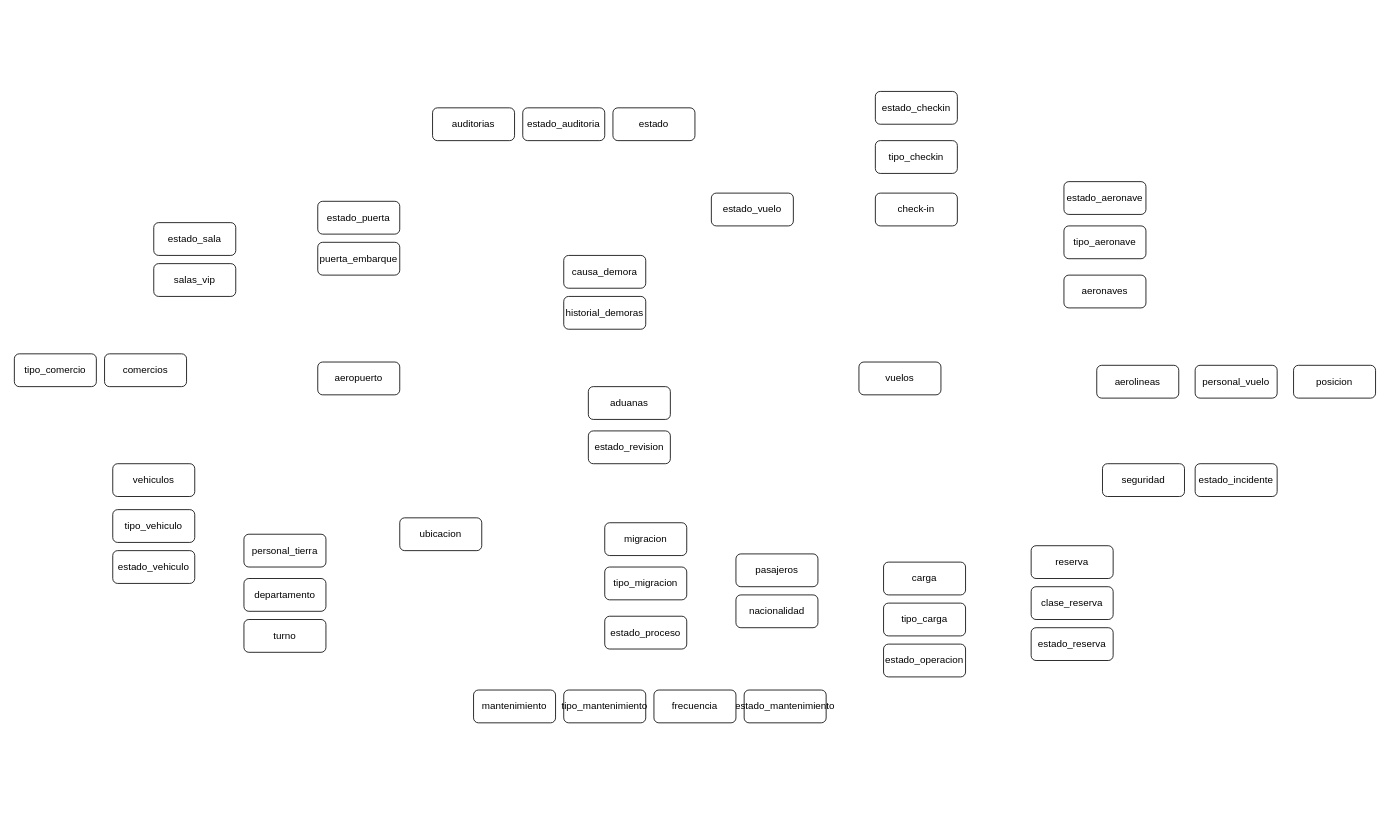
Earlier version of the draw.io diagram Ssitema de Gestión de un Aeropuerto.drawio (jmg2287/Sistema-de-Gestion-de-un-Aeropuerto). Source tidied: cells renumbered, new cells numbered last; positions are measured from the earlier drawing's top-left corner, leaving out a move shared by most shapes. Both pictures are drawn from the tidied source at 82%, with x=0, y=0 at pixel (14, 91).
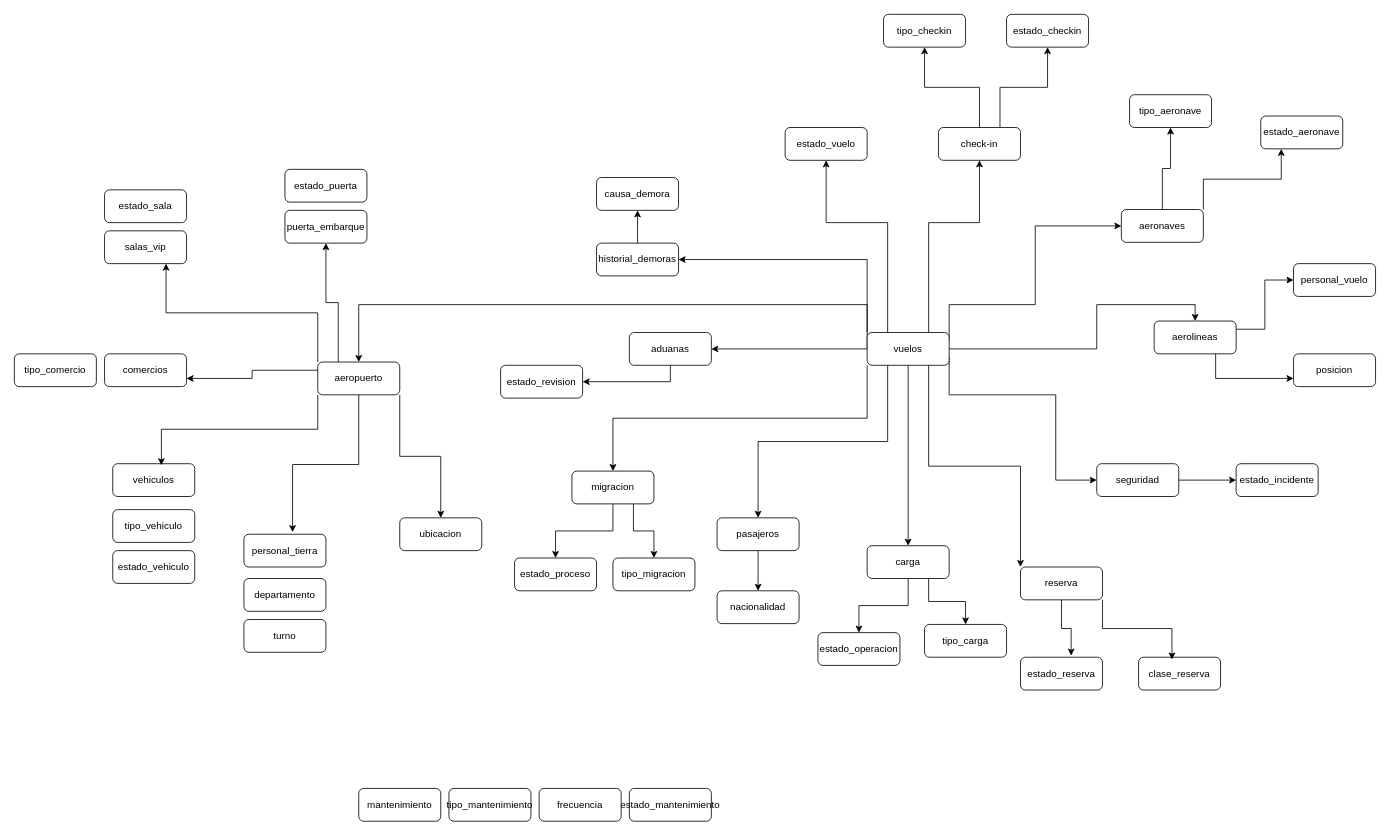
The same page after the edit.

The change refers to these unchanged cells:
```xml
<mxCell id="3" value="aeropuerto" style="rounded=1;whiteSpace=wrap;html=1;" parent="1" vertex="1">
  <mxGeometry x="370" y="330" width="100" height="40" as="geometry" />
</mxCell>
<mxCell id="9" value="personal_tierra" style="rounded=1;whiteSpace=wrap;html=1;" parent="1" vertex="1">
  <mxGeometry x="280" y="540" width="100" height="40" as="geometry" />
</mxCell>
<mxCell id="12" value="vehiculos" style="rounded=1;whiteSpace=wrap;html=1;" parent="1" vertex="1">
  <mxGeometry x="120" y="454" width="100" height="40" as="geometry" />
</mxCell>
<mxCell id="13" value="comercios" style="rounded=1;whiteSpace=wrap;html=1;" parent="1" vertex="1">
  <mxGeometry x="110" y="320" width="100" height="40" as="geometry" />
</mxCell>
<mxCell id="25" value="ubicacion" style="rounded=1;whiteSpace=wrap;html=1;" parent="1" vertex="1">
  <mxGeometry x="470" y="520" width="100" height="40" as="geometry" />
</mxCell>
```

What changed in the source:
```diff
@@
+    <mxCell id="51" style="edgeStyle=orthogonalEdgeStyle;rounded=0;jettySize=auto;html=1;exitX=1;exitY=0.25;exitDx=0;exitDy=0;entryX=0;entryY=0.5;entryDx=0;entryDy=0;" parent="1" edge="1" source="2" target="23">
+      <mxGeometry relative="1" as="geometry">
+        <Array as="points">
+          <mxPoint x="1140" y="260" />
+          <mxPoint x="1245" y="260" />
+          <mxPoint x="1245" y="164" />
+        </Array>
+      </mxGeometry>
+    </mxCell>
+    <mxCell id="52" style="edgeStyle=orthogonalEdgeStyle;rounded=0;jettySize=auto;html=1;exitX=0.75;exitY=0;exitDx=0;exitDy=0;entryX=0.5;entryY=1;entryDx=0;entryDy=0;" parent="1" edge="1" source="2" target="18">
+      <mxGeometry relative="1" as="geometry">
+        <Array as="points">
+          <mxPoint x="1115" y="160" />
+          <mxPoint x="1177" y="160" />
+        </Array>
+      </mxGeometry>
+    </mxCell>
+    <mxCell id="53" style="edgeStyle=orthogonalEdgeStyle;rounded=0;jettySize=auto;html=1;exitX=0.25;exitY=0;exitDx=0;exitDy=0;entryX=0.5;entryY=1;entryDx=0;entryDy=0;" parent="1" edge="1" source="2" target="24">
+      <mxGeometry relative="1" as="geometry">
+        <Array as="points">
+          <mxPoint x="1065" y="160" />
+          <mxPoint x="990" y="160" />
+        </Array>
+      </mxGeometry>
+    </mxCell>
+    <mxCell id="54" style="edgeStyle=orthogonalEdgeStyle;rounded=0;jettySize=auto;html=1;exitX=0;exitY=0;exitDx=0;exitDy=0;entryX=1;entryY=0.5;entryDx=0;entryDy=0;" parent="1" edge="1" source="2" target="45">
+      <mxGeometry relative="1" as="geometry" />
+    </mxCell>
+    <mxCell id="55" style="edgeStyle=orthogonalEdgeStyle;rounded=0;jettySize=auto;html=1;exitX=0;exitY=0.5;exitDx=0;exitDy=0;entryX=1;entryY=0.5;entryDx=0;entryDy=0;" parent="1" edge="1" source="2" target="16">
+      <mxGeometry relative="1" as="geometry" />
+    </mxCell>
+    <mxCell id="56" style="edgeStyle=orthogonalEdgeStyle;rounded=0;jettySize=auto;html=1;exitX=0.5;exitY=1;exitDx=0;exitDy=0;" parent="1" edge="1" source="2" target="11">
+      <mxGeometry relative="1" as="geometry" />
+    </mxCell>
+    <mxCell id="57" style="edgeStyle=orthogonalEdgeStyle;rounded=0;jettySize=auto;html=1;exitX=1;exitY=0.75;exitDx=0;exitDy=0;" parent="1" edge="1" source="2" target="10">
+      <mxGeometry relative="1" as="geometry">
+        <Array as="points">
+          <mxPoint x="1140" y="370" />
+          <mxPoint x="1270" y="370" />
+          <mxPoint x="1270" y="474" />
+        </Array>
+      </mxGeometry>
+    </mxCell>
+    <mxCell id="58" style="edgeStyle=orthogonalEdgeStyle;rounded=0;jettySize=auto;html=1;exitX=1;exitY=0.5;exitDx=0;exitDy=0;entryX=0.5;entryY=0;entryDx=0;entryDy=0;" parent="1" edge="1" source="2" target="6">
+      <mxGeometry relative="1" as="geometry">
+        <Array as="points">
+          <mxPoint x="1320" y="314" />
+          <mxPoint x="1320" y="260" />
+          <mxPoint x="1440" y="260" />
+        </Array>
+      </mxGeometry>
+    </mxCell>
+    <mxCell id="59" style="edgeStyle=orthogonalEdgeStyle;rounded=0;jettySize=auto;html=1;exitX=0.75;exitY=1;exitDx=0;exitDy=0;entryX=0;entryY=0;entryDx=0;entryDy=0;" parent="1" edge="1" source="2" target="5">
+      <mxGeometry relative="1" as="geometry" />
+    </mxCell>
+    <mxCell id="60" style="edgeStyle=orthogonalEdgeStyle;rounded=0;jettySize=auto;html=1;exitX=0;exitY=1;exitDx=0;exitDy=0;" parent="1" edge="1" source="2" target="17">
+      <mxGeometry relative="1" as="geometry" />
+    </mxCell>
+    <mxCell id="61" style="edgeStyle=orthogonalEdgeStyle;rounded=0;jettySize=auto;html=1;exitX=0.25;exitY=1;exitDx=0;exitDy=0;entryX=0.5;entryY=0;entryDx=0;entryDy=0;" parent="1" edge="1" source="2" target="4">
+      <mxGeometry relative="1" as="geometry" />
+    </mxCell>
+    <mxCell id="62" style="edgeStyle=orthogonalEdgeStyle;rounded=0;jettySize=auto;html=1;exitX=0;exitY=0.5;exitDx=0;exitDy=0;entryX=0.5;entryY=0;entryDx=0;entryDy=0;" parent="1" edge="1" source="2" target="3">
+      <mxGeometry relative="1" as="geometry">
+        <Array as="points">
+          <mxPoint x="1040" y="260" />
+          <mxPoint x="420" y="260" />
+        </Array>
+      </mxGeometry>
+    </mxCell>
     <mxCell id="2" value="vuelos" style="rounded=1;whiteSpace=wrap;html=1;" parent="1" vertex="1">
-      <mxGeometry x="1030" y="330" width="100" height="40" as="geometry" />
+      <mxGeometry x="1040" y="294" width="100" height="40" as="geometry" />
     </mxCell>
+    <mxCell id="63" style="edgeStyle=orthogonalEdgeStyle;rounded=0;jettySize=auto;html=1;exitX=0.25;exitY=0;exitDx=0;exitDy=0;entryX=0.5;entryY=1;entryDx=0;entryDy=0;" parent="1" edge="1" source="3" target="7">
+      <mxGeometry relative="1" as="geometry" />
+    </mxCell>
+    <mxCell id="64" style="edgeStyle=orthogonalEdgeStyle;rounded=0;jettySize=auto;html=1;exitX=0;exitY=0;exitDx=0;exitDy=0;entryX=0.75;entryY=1;entryDx=0;entryDy=0;" parent="1" edge="1" source="3" target="15">
+      <mxGeometry relative="1" as="geometry" />
+    </mxCell>
+    <mxCell id="65" style="edgeStyle=orthogonalEdgeStyle;rounded=0;jettySize=auto;html=1;exitX=0;exitY=0.25;exitDx=0;exitDy=0;entryX=1;entryY=0.75;entryDx=0;entryDy=0;" parent="1" edge="1" source="3" target="13">
+      <mxGeometry relative="1" as="geometry" />
+    </mxCell>
+    <mxCell id="66" style="edgeStyle=orthogonalEdgeStyle;rounded=0;jettySize=auto;html=1;exitX=1;exitY=1;exitDx=0;exitDy=0;entryX=0.5;entryY=0;entryDx=0;entryDy=0;" parent="1" edge="1" source="3" target="25">
+      <mxGeometry relative="1" as="geometry" />
+    </mxCell>
@@
+    <mxCell id="67" style="edgeStyle=orthogonalEdgeStyle;rounded=0;jettySize=auto;html=1;exitX=0.5;exitY=1;exitDx=0;exitDy=0;entryX=0.5;entryY=0;entryDx=0;entryDy=0;" parent="1" edge="1" source="4" target="26">
+      <mxGeometry relative="1" as="geometry" />
+    </mxCell>
     <mxCell id="4" value="pasajeros" style="rounded=1;whiteSpace=wrap;html=1;" parent="1" vertex="1">
-      <mxGeometry x="880" y="564" width="100" height="40" as="geometry" />
+      <mxGeometry x="857" y="520" width="100" height="40" as="geometry" />
     </mxCell>
     <mxCell id="5" value="reserva" style="rounded=1;whiteSpace=wrap;html=1;" parent="1" vertex="1">
-      <mxGeometry x="1240" y="554" width="100" height="40" as="geometry" />
+      <mxGeometry x="1227" y="580" width="100" height="40" as="geometry" />
     </mxCell>
+    <mxCell id="68" style="edgeStyle=orthogonalEdgeStyle;rounded=0;jettySize=auto;html=1;exitX=1;exitY=0.25;exitDx=0;exitDy=0;entryX=0;entryY=0.5;entryDx=0;entryDy=0;" parent="1" edge="1" source="6" target="8">
+      <mxGeometry relative="1" as="geometry" />
+    </mxCell>
+    <mxCell id="69" style="edgeStyle=orthogonalEdgeStyle;rounded=0;jettySize=auto;html=1;exitX=0.75;exitY=1;exitDx=0;exitDy=0;entryX=0;entryY=0.75;entryDx=0;entryDy=0;" parent="1" edge="1" source="6" target="29">
+      <mxGeometry relative="1" as="geometry" />
+    </mxCell>
     <mxCell id="6" value="aerolineas" style="rounded=1;whiteSpace=wrap;html=1;" parent="1" vertex="1">
-      <mxGeometry x="1320" y="334" width="100" height="40" as="geometry" />
+      <mxGeometry x="1390" y="280" width="100" height="40" as="geometry" />
     </mxCell>
     <mxCell id="7" value="puerta_embarque" style="rounded=1;whiteSpace=wrap;html=1;" parent="1" vertex="1">
-      <mxGeometry x="370" y="184" width="100" height="40" as="geometry" />
+      <mxGeometry x="330" y="145" width="100" height="40" as="geometry" />
     </mxCell>
     <mxCell id="8" value="personal_vuelo" style="rounded=1;whiteSpace=wrap;html=1;" parent="1" vertex="1">
-      <mxGeometry x="1440" y="334" width="100" height="40" as="geometry" />
+      <mxGeometry x="1560" y="210" width="100" height="40" as="geometry" />
     </mxCell>
@@
+    <mxCell id="70" style="edgeStyle=orthogonalEdgeStyle;rounded=0;jettySize=auto;html=1;exitX=1;exitY=0.5;exitDx=0;exitDy=0;entryX=0;entryY=0.5;entryDx=0;entryDy=0;" parent="1" edge="1" source="10" target="31">
+      <mxGeometry relative="1" as="geometry" />
+    </mxCell>
     <mxCell id="10" value="seguridad" style="rounded=1;whiteSpace=wrap;html=1;" parent="1" vertex="1">
-      <mxGeometry x="1327" y="454" width="100" height="40" as="geometry" />
+      <mxGeometry x="1320" y="454" width="100" height="40" as="geometry" />
     </mxCell>
+    <mxCell id="71" style="edgeStyle=orthogonalEdgeStyle;rounded=0;jettySize=auto;html=1;exitX=0.5;exitY=1;exitDx=0;exitDy=0;entryX=0.5;entryY=0;entryDx=0;entryDy=0;" parent="1" edge="1" source="11" target="33">
+      <mxGeometry relative="1" as="geometry" />
+    </mxCell>
+    <mxCell id="72" style="edgeStyle=orthogonalEdgeStyle;rounded=0;jettySize=auto;html=1;exitX=0.75;exitY=1;exitDx=0;exitDy=0;entryX=0.5;entryY=0;entryDx=0;entryDy=0;" parent="1" edge="1" source="11" target="32">
+      <mxGeometry relative="1" as="geometry" />
+    </mxCell>
     <mxCell id="11" value="carga" style="rounded=1;whiteSpace=wrap;html=1;" parent="1" vertex="1">
-      <mxGeometry x="1060" y="574" width="100" height="40" as="geometry" />
+      <mxGeometry x="1040" y="554" width="100" height="40" as="geometry" />
     </mxCell>
@@
     <mxCell id="14" value="mantenimiento" style="rounded=1;whiteSpace=wrap;html=1;" parent="1" vertex="1">
-      <mxGeometry x="560" y="730" width="100" height="40" as="geometry" />
+      <mxGeometry x="420" y="850" width="100" height="40" as="geometry" />
     </mxCell>
     <mxCell id="15" value="salas_vip" style="rounded=1;whiteSpace=wrap;html=1;" parent="1" vertex="1">
-      <mxGeometry x="170" y="210" width="100" height="40" as="geometry" />
+      <mxGeometry x="110" y="170" width="100" height="40" as="geometry" />
     </mxCell>
+    <mxCell id="73" style="edgeStyle=orthogonalEdgeStyle;rounded=0;jettySize=auto;html=1;exitX=0.5;exitY=1;exitDx=0;exitDy=0;entryX=1;entryY=0.5;entryDx=0;entryDy=0;" parent="1" edge="1" source="16" target="36">
+      <mxGeometry relative="1" as="geometry" />
+    </mxCell>
     <mxCell id="16" value="aduanas" style="rounded=1;whiteSpace=wrap;html=1;" parent="1" vertex="1">
-      <mxGeometry x="700" y="360" width="100" height="40" as="geometry" />
+      <mxGeometry x="750" y="294" width="100" height="40" as="geometry" />
     </mxCell>
+    <mxCell id="74" style="edgeStyle=orthogonalEdgeStyle;rounded=0;jettySize=auto;html=1;exitX=0.5;exitY=1;exitDx=0;exitDy=0;entryX=0.5;entryY=0;entryDx=0;entryDy=0;" parent="1" edge="1" source="17" target="38">
+      <mxGeometry relative="1" as="geometry" />
+    </mxCell>
+    <mxCell id="75" style="edgeStyle=orthogonalEdgeStyle;rounded=0;jettySize=auto;html=1;exitX=0.75;exitY=1;exitDx=0;exitDy=0;entryX=0.5;entryY=0;entryDx=0;entryDy=0;" parent="1" edge="1" source="17" target="37">
+      <mxGeometry relative="1" as="geometry" />
+    </mxCell>
     <mxCell id="17" value="migracion" style="rounded=1;whiteSpace=wrap;html=1;" parent="1" vertex="1">
-      <mxGeometry x="720" y="526" width="100" height="40" as="geometry" />
+      <mxGeometry x="680" y="463" width="100" height="40" as="geometry" />
     </mxCell>
+    <mxCell id="76" style="edgeStyle=orthogonalEdgeStyle;rounded=0;jettySize=auto;html=1;exitX=0.5;exitY=0;exitDx=0;exitDy=0;" parent="1" edge="1" source="18" target="39">
+      <mxGeometry relative="1" as="geometry" />
+    </mxCell>
+    <mxCell id="77" style="edgeStyle=orthogonalEdgeStyle;rounded=0;jettySize=auto;html=1;exitX=0.75;exitY=0;exitDx=0;exitDy=0;entryX=0.5;entryY=1;entryDx=0;entryDy=0;" parent="1" edge="1" source="18" target="40">
+      <mxGeometry relative="1" as="geometry" />
+    </mxCell>
     <mxCell id="18" value="check-in" style="rounded=1;whiteSpace=wrap;html=1;" parent="1" vertex="1">
-      <mxGeometry x="1050" y="124" width="100" height="40" as="geometry" />
+      <mxGeometry x="1127" y="44" width="100" height="40" as="geometry" />
     </mxCell>
-    <mxCell id="19" value="auditorias" style="rounded=1;whiteSpace=wrap;html=1;" parent="1" vertex="1">
-      <mxGeometry x="510" y="20" width="100" height="40" as="geometry" />
-    </mxCell>
     <mxCell id="20" value="estado_mantenimiento" style="rounded=1;whiteSpace=wrap;html=1;" parent="1" vertex="1">
-      <mxGeometry x="890" y="730" width="100" height="40" as="geometry" />
+      <mxGeometry x="750" y="850" width="100" height="40" as="geometry" />
     </mxCell>
@@
+    <mxCell id="78" style="edgeStyle=orthogonalEdgeStyle;rounded=0;jettySize=auto;html=1;exitX=0.5;exitY=0;exitDx=0;exitDy=0;entryX=0.5;entryY=1;entryDx=0;entryDy=0;" parent="1" edge="1" source="23" target="49">
+      <mxGeometry relative="1" as="geometry" />
+    </mxCell>
+    <mxCell id="79" style="edgeStyle=orthogonalEdgeStyle;rounded=0;jettySize=auto;html=1;exitX=1;exitY=0;exitDx=0;exitDy=0;entryX=0.25;entryY=1;entryDx=0;entryDy=0;" parent="1" edge="1" source="23" target="50">
+      <mxGeometry relative="1" as="geometry" />
+    </mxCell>
     <mxCell id="23" value="aeronaves" style="rounded=1;whiteSpace=wrap;html=1;" parent="1" vertex="1">
-      <mxGeometry x="1280" y="224" width="100" height="40" as="geometry" />
+      <mxGeometry x="1350" y="144" width="100" height="40" as="geometry" />
     </mxCell>
     <mxCell id="24" value="estado_vuelo" style="rounded=1;whiteSpace=wrap;html=1;" parent="1" vertex="1">
-      <mxGeometry x="850" y="124" width="100" height="40" as="geometry" />
+      <mxGeometry x="940" y="44" width="100" height="40" as="geometry" />
     </mxCell>
@@
     <mxCell id="26" value="nacionalidad" style="rounded=1;whiteSpace=wrap;html=1;" parent="1" vertex="1">
-      <mxGeometry x="880" y="614" width="100" height="40" as="geometry" />
+      <mxGeometry x="857" y="609" width="100" height="40" as="geometry" />
     </mxCell>
     <mxCell id="27" value="clase_reserva" style="rounded=1;whiteSpace=wrap;html=1;" parent="1" vertex="1">
-      <mxGeometry x="1240" y="604" width="100" height="40" as="geometry" />
+      <mxGeometry x="1371" y="690" width="100" height="40" as="geometry" />
     </mxCell>
     <mxCell id="28" value="estado_reserva" style="rounded=1;whiteSpace=wrap;html=1;" parent="1" vertex="1">
-      <mxGeometry x="1240" y="654" width="100" height="40" as="geometry" />
+      <mxGeometry x="1227" y="690" width="100" height="40" as="geometry" />
     </mxCell>
     <mxCell id="29" value="posicion" style="rounded=1;whiteSpace=wrap;html=1;" parent="1" vertex="1">
-      <mxGeometry x="1560" y="334" width="100" height="40" as="geometry" />
+      <mxGeometry x="1560" y="320" width="100" height="40" as="geometry" />
     </mxCell>
@@
     <mxCell id="31" value="estado_incidente" style="rounded=1;whiteSpace=wrap;html=1;" parent="1" vertex="1">
-      <mxGeometry x="1440" y="454" width="100" height="40" as="geometry" />
+      <mxGeometry x="1490" y="454" width="100" height="40" as="geometry" />
     </mxCell>
     <mxCell id="32" value="tipo_carga" style="rounded=1;whiteSpace=wrap;html=1;" parent="1" vertex="1">
-      <mxGeometry x="1060" y="624" width="100" height="40" as="geometry" />
+      <mxGeometry x="1110" y="650" width="100" height="40" as="geometry" />
     </mxCell>
     <mxCell id="33" value="estado_operacion" style="rounded=1;whiteSpace=wrap;html=1;" parent="1" vertex="1">
-      <mxGeometry x="1060" y="674" width="100" height="40" as="geometry" />
+      <mxGeometry x="980" y="660" width="100" height="40" as="geometry" />
     </mxCell>
@@
     <mxCell id="35" value="estado_sala" style="rounded=1;whiteSpace=wrap;html=1;" parent="1" vertex="1">
-      <mxGeometry x="170" y="160" width="100" height="40" as="geometry" />
+      <mxGeometry x="110" y="120" width="100" height="40" as="geometry" />
     </mxCell>
     <mxCell id="36" value="estado_revision" style="rounded=1;whiteSpace=wrap;html=1;" parent="1" vertex="1">
-      <mxGeometry x="700" y="414" width="100" height="40" as="geometry" />
+      <mxGeometry x="593" y="334" width="100" height="40" as="geometry" />
     </mxCell>
     <mxCell id="37" value="tipo_migracion" style="rounded=1;whiteSpace=wrap;html=1;" parent="1" vertex="1">
-      <mxGeometry x="720" y="580" width="100" height="40" as="geometry" />
+      <mxGeometry x="730" y="569" width="100" height="40" as="geometry" />
     </mxCell>
     <mxCell id="38" value="estado_proceso" style="rounded=1;whiteSpace=wrap;html=1;" parent="1" vertex="1">
-      <mxGeometry x="720" y="640" width="100" height="40" as="geometry" />
+      <mxGeometry x="610" y="569" width="100" height="40" as="geometry" />
     </mxCell>
     <mxCell id="39" value="tipo_checkin" style="rounded=1;whiteSpace=wrap;html=1;" parent="1" vertex="1">
-      <mxGeometry x="1050" y="60" width="100" height="40" as="geometry" />
+      <mxGeometry x="1060" y="-94" width="100" height="40" as="geometry" />
     </mxCell>
     <mxCell id="40" value="estado_checkin" style="rounded=1;whiteSpace=wrap;html=1;" parent="1" vertex="1">
-      <mxGeometry x="1050" width="100" height="40" as="geometry" />
+      <mxGeometry x="1210" y="-94" width="100" height="40" as="geometry" />
     </mxCell>
-    <mxCell id="41" value="estado" style="rounded=1;whiteSpace=wrap;html=1;" parent="1" vertex="1">
-      <mxGeometry x="730" y="20" width="100" height="40" as="geometry" />
-    </mxCell>
-    <mxCell id="42" value="estado_auditoria" style="rounded=1;whiteSpace=wrap;html=1;" parent="1" vertex="1">
-      <mxGeometry x="620" y="20" width="100" height="40" as="geometry" />
-    </mxCell>
     <mxCell id="43" value="frecuencia" style="rounded=1;whiteSpace=wrap;html=1;" parent="1" vertex="1">
-      <mxGeometry x="780" y="730" width="100" height="40" as="geometry" />
+      <mxGeometry x="640" y="850" width="100" height="40" as="geometry" />
     </mxCell>
     <mxCell id="44" value="tipo_mantenimiento" style="rounded=1;whiteSpace=wrap;html=1;" parent="1" vertex="1">
-      <mxGeometry x="670" y="730" width="100" height="40" as="geometry" />
+      <mxGeometry x="530" y="850" width="100" height="40" as="geometry" />
     </mxCell>
+    <mxCell id="80" style="edgeStyle=orthogonalEdgeStyle;rounded=0;jettySize=auto;html=1;exitX=0.5;exitY=0;exitDx=0;exitDy=0;entryX=0.5;entryY=1;entryDx=0;entryDy=0;" parent="1" edge="1" source="45" target="46">
+      <mxGeometry relative="1" as="geometry" />
+    </mxCell>
     <mxCell id="45" value="historial_demoras" style="rounded=1;whiteSpace=wrap;html=1;" parent="1" vertex="1">
-      <mxGeometry x="670" y="250" width="100" height="40" as="geometry" />
+      <mxGeometry x="710" y="185" width="100" height="40" as="geometry" />
     </mxCell>
     <mxCell id="46" value="causa_demora" style="rounded=1;whiteSpace=wrap;html=1;" parent="1" vertex="1">
-      <mxGeometry x="670" y="200" width="100" height="40" as="geometry" />
+      <mxGeometry x="710" y="105" width="100" height="40" as="geometry" />
     </mxCell>
     <mxCell id="47" value="estado_puerta" style="rounded=1;whiteSpace=wrap;html=1;" parent="1" vertex="1">
-      <mxGeometry x="370" y="134" width="100" height="40" as="geometry" />
+      <mxGeometry x="330" y="95" width="100" height="40" as="geometry" />
     </mxCell>
@@
     <mxCell id="49" value="tipo_aeronave" style="rounded=1;whiteSpace=wrap;html=1;" parent="1" vertex="1">
-      <mxGeometry x="1280" y="164" width="100" height="40" as="geometry" />
+      <mxGeometry x="1360" y="4" width="100" height="40" as="geometry" />
     </mxCell>
     <mxCell id="50" value="estado_aeronave" style="rounded=1;whiteSpace=wrap;html=1;" parent="1" vertex="1">
-      <mxGeometry x="1280" y="110" width="100" height="40" as="geometry" />
+      <mxGeometry x="1520" y="30" width="100" height="40" as="geometry" />
     </mxCell>
+    <mxCell id="81" style="edgeStyle=orthogonalEdgeStyle;rounded=0;jettySize=auto;html=1;exitX=0;exitY=1;exitDx=0;exitDy=0;entryX=0.593;entryY=0.047;entryDx=0;entryDy=0;entryPerimeter=0;" parent="1" edge="1" source="3" target="12">
+      <mxGeometry relative="1" as="geometry" />
+    </mxCell>
+    <mxCell id="82" style="edgeStyle=orthogonalEdgeStyle;rounded=0;jettySize=auto;html=1;exitX=0.5;exitY=1;exitDx=0;exitDy=0;entryX=0.593;entryY=-0.064;entryDx=0;entryDy=0;entryPerimeter=0;" parent="1" edge="1" source="3" target="9">
+      <mxGeometry relative="1" as="geometry" />
+    </mxCell>
+    <mxCell id="83" style="edgeStyle=orthogonalEdgeStyle;rounded=0;jettySize=auto;html=1;exitX=1;exitY=1;exitDx=0;exitDy=0;entryX=0.407;entryY=0.07;entryDx=0;entryDy=0;entryPerimeter=0;" parent="1" edge="1" source="5" target="27">
+      <mxGeometry relative="1" as="geometry" />
+    </mxCell>
+    <mxCell id="84" style="edgeStyle=orthogonalEdgeStyle;rounded=0;jettySize=auto;html=1;exitX=0.5;exitY=1;exitDx=0;exitDy=0;entryX=0.618;entryY=-0.049;entryDx=0;entryDy=0;entryPerimeter=0;" parent="1" edge="1" source="5" target="28">
+      <mxGeometry relative="1" as="geometry" />
+    </mxCell>
```
